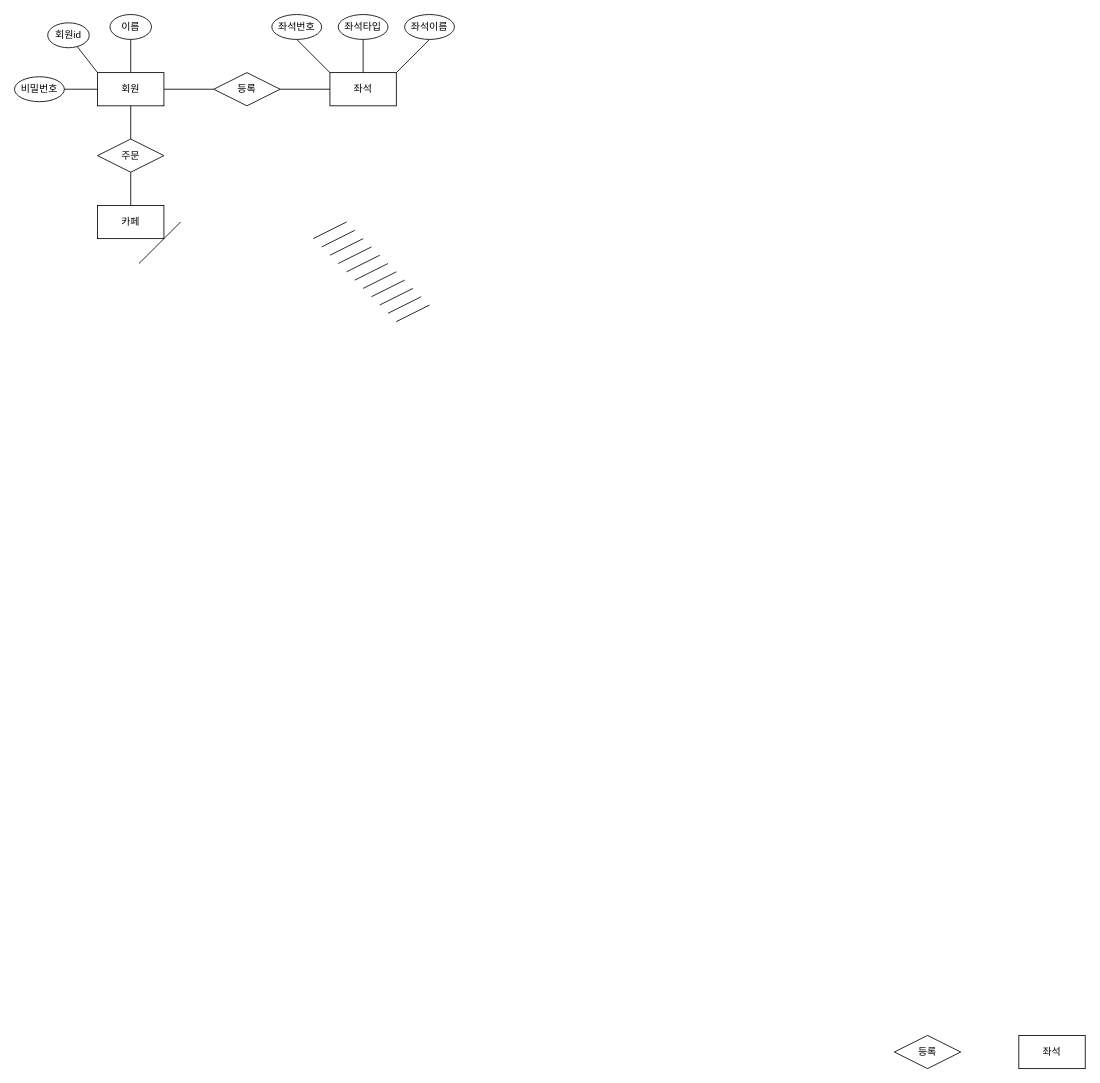
SongJaeHoonn/SongJaeHoonn keeps this draw.io diagram as 제목 없는 다이어그램.drawio. Above is the earlier version. Source tidied: cells renumbered, new cells numbered last; positions are measured from the earlier drawing's top-left corner, leaving out a move shared by most shapes. Both pictures are drawn from the tidied source at 83%, with x=0, y=0 at pixel (14, 14).
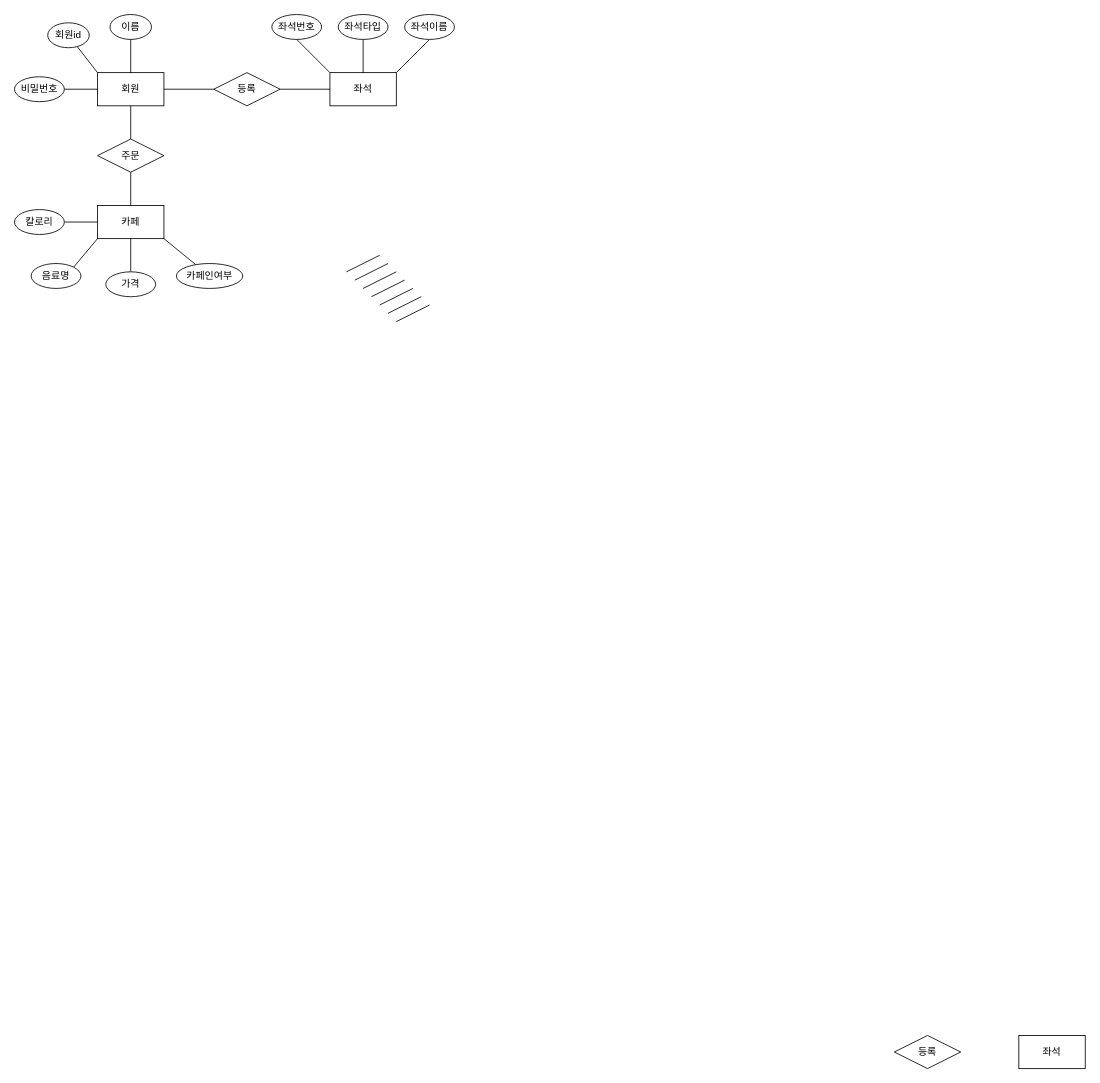
The same page after the edit.

Commit message:
제목 없는 다이어그램.drawio 업데이트

Unchanged cells that the change refers to:
```xml
<mxCell id="7" value="카페" style="rounded=0;whiteSpace=wrap;html=1;" parent="1" vertex="1">
  <mxGeometry x="100" y="230" width="80" height="40" as="geometry" />
</mxCell>
```

What changed in the source:
```diff
@@
-    <mxCell id="23" style="endArrow=none;html=1;rounded=0;" parent="1" edge="1">
+    <mxCell id="23" style="endArrow=none;html=1;rounded=0;entryX=1;entryY=0.5;entryDx=0;entryDy=0;" parent="1" edge="1" target="37">
       <mxGeometry relative="1" as="geometry">
-        <mxPoint x="360" y="270" as="sourcePoint" />
-        <mxPoint x="400" y="250" as="targetPoint" />
+        <mxPoint x="100" y="250" as="sourcePoint" />
+        <Array as="points">
+          <mxPoint x="100" y="250" />
+        </Array>
       </mxGeometry>
     </mxCell>
-    <mxCell id="24" style="endArrow=none;html=1;rounded=0;" parent="1" edge="1">
-      <mxGeometry relative="1" as="geometry">
-        <mxPoint x="370" y="280" as="sourcePoint" />
-        <mxPoint x="410" y="260" as="targetPoint" />
-      </mxGeometry>
+    <mxCell id="24" style="endArrow=none;html=1;rounded=0;exitX=1;exitY=0;exitDx=0;exitDy=0;entryX=0;entryY=1;entryDx=0;entryDy=0;" parent="1" edge="1" source="38" target="7">
+      <mxGeometry relative="1" as="geometry" />
     </mxCell>
-    <mxCell id="25" style="endArrow=none;html=1;rounded=0;" parent="1" edge="1">
-      <mxGeometry relative="1" as="geometry">
-        <mxPoint x="380" y="290" as="sourcePoint" />
-        <mxPoint x="420" y="270" as="targetPoint" />
-      </mxGeometry>
+    <mxCell id="25" style="endArrow=none;html=1;rounded=0;entryX=0.5;entryY=1;entryDx=0;entryDy=0;exitX=0.5;exitY=0;exitDx=0;exitDy=0;" parent="1" edge="1" source="39" target="7">
+      <mxGeometry relative="1" as="geometry" />
     </mxCell>
-    <mxCell id="26" style="endArrow=none;html=1;rounded=0;" parent="1" edge="1">
+    <mxCell id="26" style="endArrow=none;html=1;rounded=0;" parent="1" edge="1" target="40">
       <mxGeometry relative="1" as="geometry">
-        <mxPoint x="390" y="300" as="sourcePoint" />
-        <mxPoint x="430" y="280" as="targetPoint" />
+        <mxPoint x="180" y="270" as="sourcePoint" />
       </mxGeometry>
     </mxCell>
@@
-    <mxCell id="35" style="endArrow=none;html=1;rounded=0;" parent="1" edge="1">
-      <mxGeometry relative="1" as="geometry">
-        <mxPoint x="150" y="300" as="sourcePoint" />
-        <mxPoint x="200" y="250" as="targetPoint" />
-      </mxGeometry>
-    </mxCell>
@@
+    <mxCell id="37" value="칼로리" style="ellipse;whiteSpace=wrap;html=1;" parent="1" vertex="1">
+      <mxGeometry y="235" width="60" height="30" as="geometry" />
+    </mxCell>
+    <mxCell id="38" value="음료명" style="ellipse;whiteSpace=wrap;html=1;" parent="1" vertex="1">
+      <mxGeometry x="20" y="300" width="60" height="30" as="geometry" />
+    </mxCell>
+    <mxCell id="39" value="가격" style="ellipse;whiteSpace=wrap;html=1;" parent="1" vertex="1">
+      <mxGeometry x="110" y="310" width="60" height="30" as="geometry" />
+    </mxCell>
+    <mxCell id="40" value="카페인여부" style="ellipse;whiteSpace=wrap;html=1;" parent="1" vertex="1">
+      <mxGeometry x="195" y="300" width="80" height="30" as="geometry" />
+    </mxCell>
```
